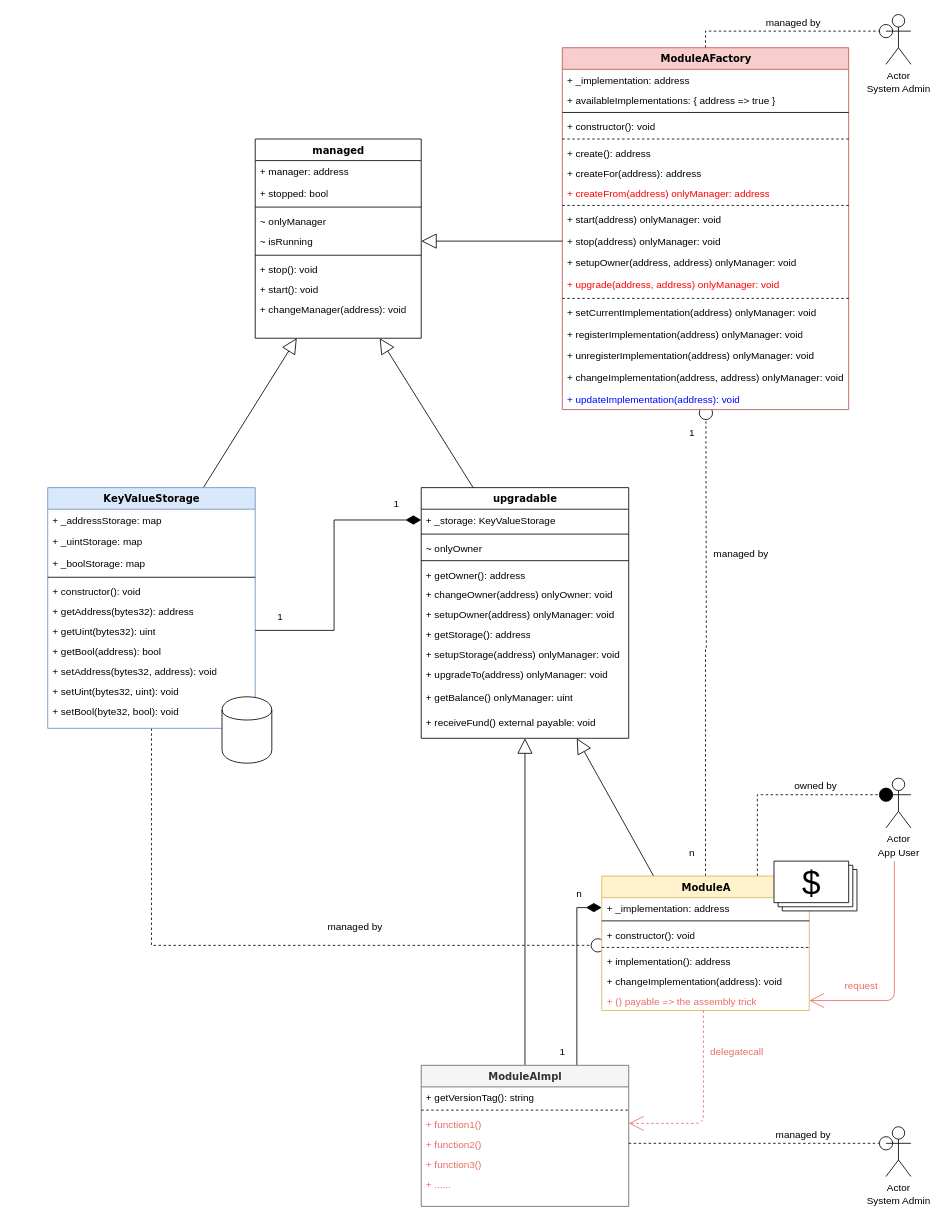
Above: blockchain/ethereum/upgradable-contract/UpgradableContracts2.drawio in hmisty/coding (draw.io), before the change. Source tidied: cells renumbered, new cells numbered last; positions are measured from the earlier drawing's top-left corner, leaving out a move shared by most shapes. Both pictures are drawn from the tidied source at 83%, with x=0, y=0 at pixel (47, 14).
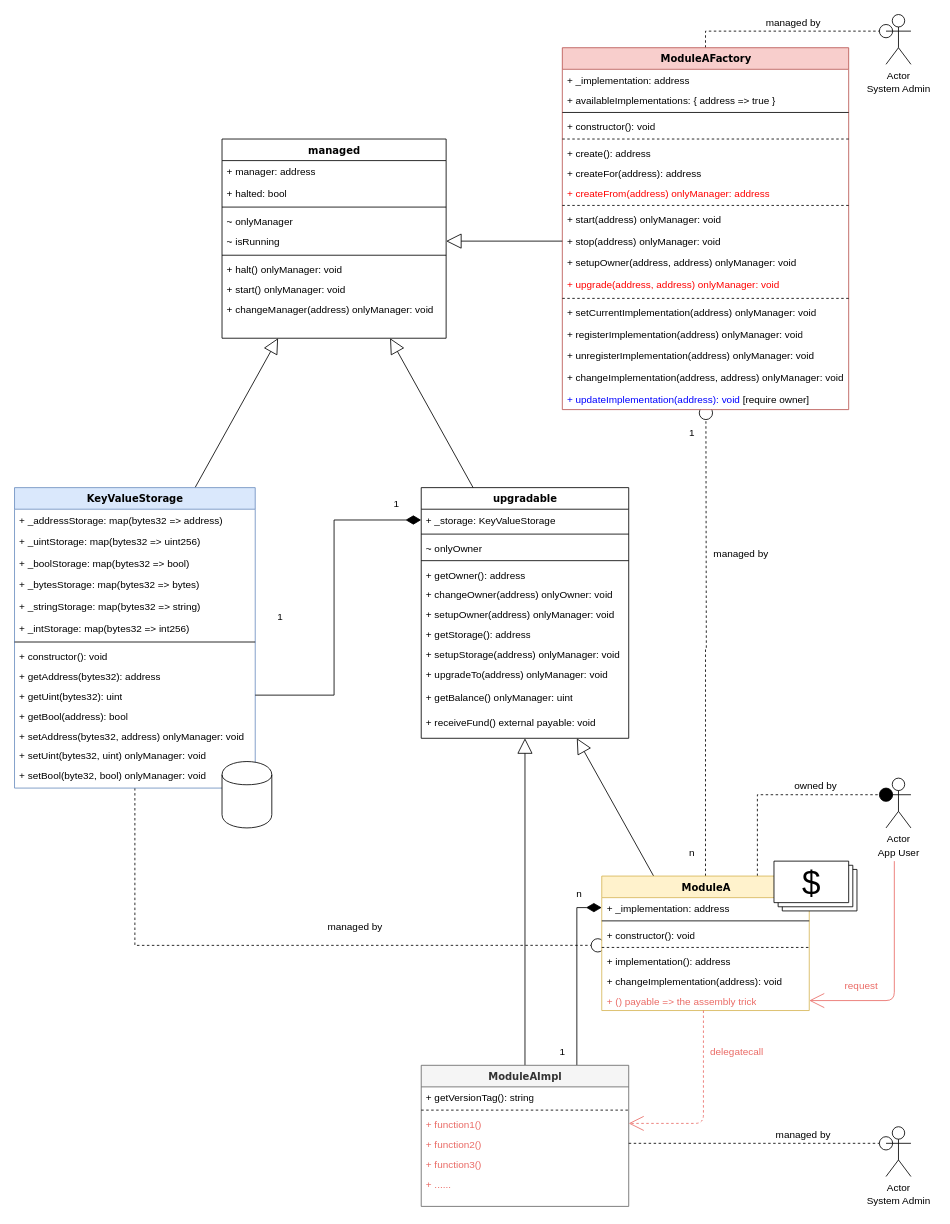
After the change.

The change refers to these unchanged cells:
```xml
<mxCell id="62" value="ModuleAFactory&lt;br&gt;" style="swimlane;html=1;fontStyle=1;align=center;verticalAlign=top;horizontal=1;startSize=26;swimlaneFillColor=#ffffff;rounded=0;shadow=0;comic=0;labelBackgroundColor=none;strokeWidth=1;fillColor=#f8cecc;fontFamily=Verdana;fontSize=12;strokeColor=#b85450;" parent="1" vertex="1">
  <mxGeometry x="620" y="40" width="345" height="436" as="geometry" />
</mxCell>
```

Change to the diagram source:
```diff
@@
     <mxCell id="2" value="managed" style="swimlane;html=1;fontStyle=1;align=center;verticalAlign=top;horizontal=1;startSize=26;swimlaneFillColor=#ffffff;rounded=0;shadow=0;comic=0;labelBackgroundColor=none;strokeWidth=1;fillColor=none;fontFamily=Verdana;fontSize=12;" parent="1" vertex="1">
-      <mxGeometry x="250" y="150" width="200" height="240" as="geometry" />
+      <mxGeometry x="210" y="150" width="270" height="240" as="geometry" />
     </mxCell>
     <mxCell id="3" value="+ manager: address" style="text;html=1;strokeColor=none;fillColor=none;align=left;verticalAlign=top;spacingLeft=4;spacingRight=4;whiteSpace=wrap;overflow=hidden;" parent="2" vertex="1">
-      <mxGeometry y="26" width="200" height="26" as="geometry" />
+      <mxGeometry y="26" width="270" height="26" as="geometry" />
     </mxCell>
-    <mxCell id="4" value="+ stopped: bool" style="text;html=1;strokeColor=none;fillColor=none;align=left;verticalAlign=top;spacingLeft=4;spacingRight=4;whiteSpace=wrap;overflow=hidden;" parent="2" vertex="1">
-      <mxGeometry y="52" width="200" height="26" as="geometry" />
+    <mxCell id="4" value="+ halted: bool" style="text;html=1;strokeColor=none;fillColor=none;align=left;verticalAlign=top;spacingLeft=4;spacingRight=4;whiteSpace=wrap;overflow=hidden;" parent="2" vertex="1">
+      <mxGeometry y="52" width="270" height="26" as="geometry" />
     </mxCell>
     <mxCell id="5" style="line;html=1;strokeWidth=1;fillColor=none;align=left;verticalAlign=middle;spacingTop=-1;spacingLeft=3;spacingRight=3;labelPosition=right;" parent="2" vertex="1">
-      <mxGeometry y="78" width="200" height="8" as="geometry" />
+      <mxGeometry y="78" width="270" height="8" as="geometry" />
     </mxCell>
     <mxCell id="6" value="~ onlyManager" style="text;html=1;strokeColor=none;fillColor=none;align=left;verticalAlign=top;spacingLeft=4;spacingRight=4;whiteSpace=wrap;overflow=hidden;" parent="2" vertex="1">
-      <mxGeometry y="86" width="200" height="24" as="geometry" />
+      <mxGeometry y="86" width="270" height="24" as="geometry" />
     </mxCell>
     <mxCell id="7" value="~ isRunning" style="text;html=1;strokeColor=none;fillColor=none;align=left;verticalAlign=top;spacingLeft=4;spacingRight=4;whiteSpace=wrap;overflow=hidden;points=[[0,0.5],[1,0.5]];portConstraint=eastwest;" parent="2" vertex="1">
-      <mxGeometry y="110" width="200" height="26" as="geometry" />
+      <mxGeometry y="110" width="270" height="26" as="geometry" />
     </mxCell>
     <mxCell id="8" style="line;html=1;strokeWidth=1;fillColor=none;align=left;verticalAlign=middle;spacingTop=-1;spacingLeft=3;spacingRight=3;labelPosition=right;" parent="2" vertex="1">
-      <mxGeometry y="136" width="200" height="8" as="geometry" />
+      <mxGeometry y="136" width="270" height="8" as="geometry" />
     </mxCell>
-    <mxCell id="9" value="+ stop(): void" style="text;html=1;strokeColor=none;fillColor=none;align=left;verticalAlign=top;spacingLeft=4;spacingRight=4;whiteSpace=wrap;overflow=hidden;" parent="2" vertex="1">
-      <mxGeometry y="144" width="200" height="24" as="geometry" />
+    <mxCell id="9" value="+ halt() onlyManager: void" style="text;html=1;strokeColor=none;fillColor=none;align=left;verticalAlign=top;spacingLeft=4;spacingRight=4;whiteSpace=wrap;overflow=hidden;" parent="2" vertex="1">
+      <mxGeometry y="144" width="270" height="24" as="geometry" />
     </mxCell>
-    <mxCell id="10" value="+ start(): void" style="text;html=1;strokeColor=none;fillColor=none;align=left;verticalAlign=top;spacingLeft=4;spacingRight=4;whiteSpace=wrap;overflow=hidden;" parent="2" vertex="1">
-      <mxGeometry y="168" width="200" height="24" as="geometry" />
+    <mxCell id="10" value="+ start() onlyManager: void" style="text;html=1;strokeColor=none;fillColor=none;align=left;verticalAlign=top;spacingLeft=4;spacingRight=4;whiteSpace=wrap;overflow=hidden;" parent="2" vertex="1">
+      <mxGeometry y="168" width="270" height="24" as="geometry" />
     </mxCell>
-    <mxCell id="11" value="+ changeManager(address): void" style="text;html=1;strokeColor=none;fillColor=none;align=left;verticalAlign=top;spacingLeft=4;spacingRight=4;whiteSpace=wrap;overflow=hidden;" parent="2" vertex="1">
-      <mxGeometry y="192" width="200" height="24" as="geometry" />
+    <mxCell id="11" value="+ changeManager(address) onlyManager: void" style="text;html=1;strokeColor=none;fillColor=none;align=left;verticalAlign=top;spacingLeft=4;spacingRight=4;whiteSpace=wrap;overflow=hidden;" parent="2" vertex="1">
+      <mxGeometry y="192" width="270" height="24" as="geometry" />
     </mxCell>
@@
     <mxCell id="28" value="KeyValueStorage" style="swimlane;html=1;fontStyle=1;align=center;verticalAlign=top;horizontal=1;startSize=26;swimlaneFillColor=#ffffff;rounded=0;shadow=0;comic=0;labelBackgroundColor=none;strokeWidth=1;fillColor=#dae8fc;fontFamily=Verdana;fontSize=12;strokeColor=#6c8ebf;" parent="1" vertex="1">
-      <mxGeometry y="570" width="250" height="290" as="geometry" />
+      <mxGeometry x="-40" y="570" width="290" height="362" as="geometry" />
     </mxCell>
-    <mxCell id="29" value="+ _addressStorage: map" style="text;html=1;strokeColor=none;fillColor=none;align=left;verticalAlign=top;spacingLeft=4;spacingRight=4;whiteSpace=wrap;overflow=hidden;" parent="28" vertex="1">
-      <mxGeometry y="26" width="250" height="26" as="geometry" />
+    <mxCell id="29" value="+ _addressStorage: map(bytes32 =&amp;gt; address)" style="text;html=1;strokeColor=none;fillColor=none;align=left;verticalAlign=top;spacingLeft=4;spacingRight=4;whiteSpace=wrap;overflow=hidden;" parent="28" vertex="1">
+      <mxGeometry y="26" width="290" height="26" as="geometry" />
     </mxCell>
-    <mxCell id="30" value="+ _uintStorage: map" style="text;html=1;strokeColor=none;fillColor=none;align=left;verticalAlign=top;spacingLeft=4;spacingRight=4;whiteSpace=wrap;overflow=hidden;" parent="28" vertex="1">
-      <mxGeometry y="52" width="250" height="26" as="geometry" />
+    <mxCell id="30" value="+ _uintStorage: map(bytes32 =&amp;gt; uint256)" style="text;html=1;strokeColor=none;fillColor=none;align=left;verticalAlign=top;spacingLeft=4;spacingRight=4;whiteSpace=wrap;overflow=hidden;" parent="28" vertex="1">
+      <mxGeometry y="52" width="290" height="26" as="geometry" />
     </mxCell>
-    <mxCell id="31" value="+ _boolStorage: map" style="text;html=1;strokeColor=none;fillColor=none;align=left;verticalAlign=top;spacingLeft=4;spacingRight=4;whiteSpace=wrap;overflow=hidden;" parent="28" vertex="1">
-      <mxGeometry y="78" width="250" height="26" as="geometry" />
+    <mxCell id="31" value="+ _boolStorage: map(bytes32 =&amp;gt; bool)" style="text;html=1;strokeColor=none;fillColor=none;align=left;verticalAlign=top;spacingLeft=4;spacingRight=4;whiteSpace=wrap;overflow=hidden;" parent="28" vertex="1">
+      <mxGeometry y="78" width="290" height="26" as="geometry" />
     </mxCell>
+    <mxCell id="108" value="+ _bytesStorage: map(bytes32 =&amp;gt; bytes)" style="text;html=1;strokeColor=none;fillColor=none;align=left;verticalAlign=top;spacingLeft=4;spacingRight=4;whiteSpace=wrap;overflow=hidden;" parent="28" vertex="1">
+      <mxGeometry y="104" width="290" height="26" as="geometry" />
+    </mxCell>
+    <mxCell id="109" value="+ _stringStorage: map(bytes32 =&amp;gt; string)" style="text;html=1;strokeColor=none;fillColor=none;align=left;verticalAlign=top;spacingLeft=4;spacingRight=4;whiteSpace=wrap;overflow=hidden;" parent="28" vertex="1">
+      <mxGeometry y="130" width="290" height="26" as="geometry" />
+    </mxCell>
+    <mxCell id="110" value="+ _intStorage: map(bytes32 =&amp;gt; int256)" style="text;html=1;strokeColor=none;fillColor=none;align=left;verticalAlign=top;spacingLeft=4;spacingRight=4;whiteSpace=wrap;overflow=hidden;" parent="28" vertex="1">
+      <mxGeometry y="156" width="290" height="26" as="geometry" />
+    </mxCell>
     <mxCell id="32" style="line;html=1;strokeWidth=1;fillColor=none;align=left;verticalAlign=middle;spacingTop=-1;spacingLeft=3;spacingRight=3;labelPosition=right;" parent="28" vertex="1">
-      <mxGeometry y="104" width="250" height="8" as="geometry" />
+      <mxGeometry y="182" width="290" height="8" as="geometry" />
     </mxCell>
     <mxCell id="33" value="+ constructor(): void" style="text;html=1;strokeColor=none;fillColor=none;align=left;verticalAlign=top;spacingLeft=4;spacingRight=4;whiteSpace=wrap;overflow=hidden;" parent="28" vertex="1">
-      <mxGeometry y="112" width="250" height="24" as="geometry" />
+      <mxGeometry y="190" width="290" height="24" as="geometry" />
     </mxCell>
     <mxCell id="34" value="+ getAddress(bytes32): address" style="text;html=1;strokeColor=none;fillColor=none;align=left;verticalAlign=top;spacingLeft=4;spacingRight=4;whiteSpace=wrap;overflow=hidden;" parent="28" vertex="1">
-      <mxGeometry y="136" width="250" height="24" as="geometry" />
+      <mxGeometry y="214" width="290" height="24" as="geometry" />
     </mxCell>
     <mxCell id="35" value="+ getUint(bytes32): uint" style="text;html=1;strokeColor=none;fillColor=none;align=left;verticalAlign=top;spacingLeft=4;spacingRight=4;whiteSpace=wrap;overflow=hidden;points=[[0,0.5],[1,0.5]];portConstraint=eastwest;" parent="28" vertex="1">
-      <mxGeometry y="160" width="250" height="24" as="geometry" />
+      <mxGeometry y="238" width="290" height="24" as="geometry" />
     </mxCell>
     <mxCell id="36" value="+ getBool(address): bool" style="text;html=1;strokeColor=none;fillColor=none;align=left;verticalAlign=top;spacingLeft=4;spacingRight=4;whiteSpace=wrap;overflow=hidden;" parent="28" vertex="1">
-      <mxGeometry y="184" width="250" height="24" as="geometry" />
+      <mxGeometry y="262" width="290" height="24" as="geometry" />
     </mxCell>
-    <mxCell id="37" value="+ setAddress(bytes32, address): void" style="text;html=1;strokeColor=none;fillColor=none;align=left;verticalAlign=top;spacingLeft=4;spacingRight=4;whiteSpace=wrap;overflow=hidden;" parent="28" vertex="1">
-      <mxGeometry y="208" width="250" height="24" as="geometry" />
+    <mxCell id="37" value="+ setAddress(bytes32, address) onlyManager: void" style="text;html=1;strokeColor=none;fillColor=none;align=left;verticalAlign=top;spacingLeft=4;spacingRight=4;whiteSpace=wrap;overflow=hidden;" parent="28" vertex="1">
+      <mxGeometry y="286" width="290" height="24" as="geometry" />
     </mxCell>
-    <mxCell id="38" value="+ setUint(bytes32, uint): void" style="text;html=1;strokeColor=none;fillColor=none;align=left;verticalAlign=top;spacingLeft=4;spacingRight=4;whiteSpace=wrap;overflow=hidden;" parent="28" vertex="1">
-      <mxGeometry y="232" width="250" height="24" as="geometry" />
+    <mxCell id="38" value="+ setUint(bytes32, uint) onlyManager: void" style="text;html=1;strokeColor=none;fillColor=none;align=left;verticalAlign=top;spacingLeft=4;spacingRight=4;whiteSpace=wrap;overflow=hidden;" parent="28" vertex="1">
+      <mxGeometry y="310" width="290" height="24" as="geometry" />
     </mxCell>
-    <mxCell id="39" value="+ setBool(byte32, bool): void" style="text;html=1;strokeColor=none;fillColor=none;align=left;verticalAlign=top;spacingLeft=4;spacingRight=4;whiteSpace=wrap;overflow=hidden;" parent="28" vertex="1">
-      <mxGeometry y="256" width="250" height="28" as="geometry" />
+    <mxCell id="39" value="+ setBool(byte32, bool) onlyManager: void" style="text;html=1;strokeColor=none;fillColor=none;align=left;verticalAlign=top;spacingLeft=4;spacingRight=4;whiteSpace=wrap;overflow=hidden;" parent="28" vertex="1">
+      <mxGeometry y="334" width="290" height="28" as="geometry" />
     </mxCell>
@@
-    <mxCell id="81" value="+ updateImplementation(address): void" style="text;html=1;strokeColor=none;fillColor=none;align=left;verticalAlign=top;spacingLeft=4;spacingRight=4;whiteSpace=wrap;overflow=hidden;fontColor=#0000FF;" parent="62" vertex="1">
+    <mxCell id="81" value="+ updateImplementation(address): void &lt;font color=&quot;#000000&quot;&gt;[require owner]&lt;/font&gt;" style="text;html=1;strokeColor=none;fillColor=none;align=left;verticalAlign=top;spacingLeft=4;spacingRight=4;whiteSpace=wrap;overflow=hidden;fontColor=#0000FF;" parent="62" vertex="1">
       <mxGeometry y="410" width="345" height="26" as="geometry" />
     </mxCell>
@@
     <mxCell id="97" style="shape=cylinder;whiteSpace=wrap;html=1;boundedLbl=1;backgroundOutline=1;fontColor=#EA6B66;" parent="1" vertex="1">
-      <mxGeometry x="210" y="822" width="60" height="80" as="geometry" />
+      <mxGeometry x="210" y="900" width="60" height="80" as="geometry" />
     </mxCell>
```
